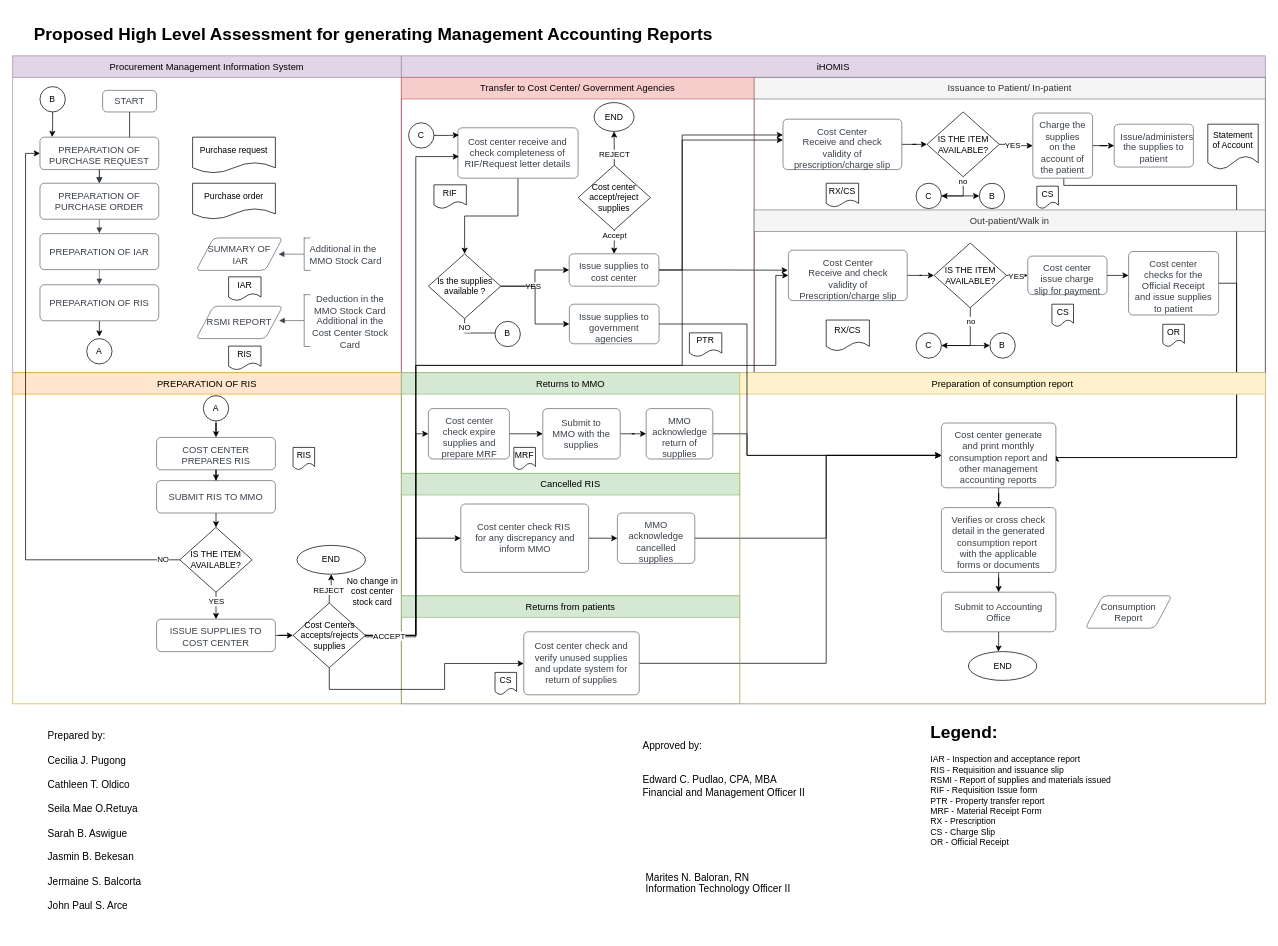
johnpaul4474/FMO-accounting keeps this draw.io diagram as consumption report.drawio. Above is the earlier version. Source tidied: cells renumbered, new cells numbered last; positions are measured from the earlier drawing's top-left corner, leaving out a move shared by most shapes. Both pictures are drawn from the tidied source at 72%, with x=0, y=0 at pixel (12, 19).
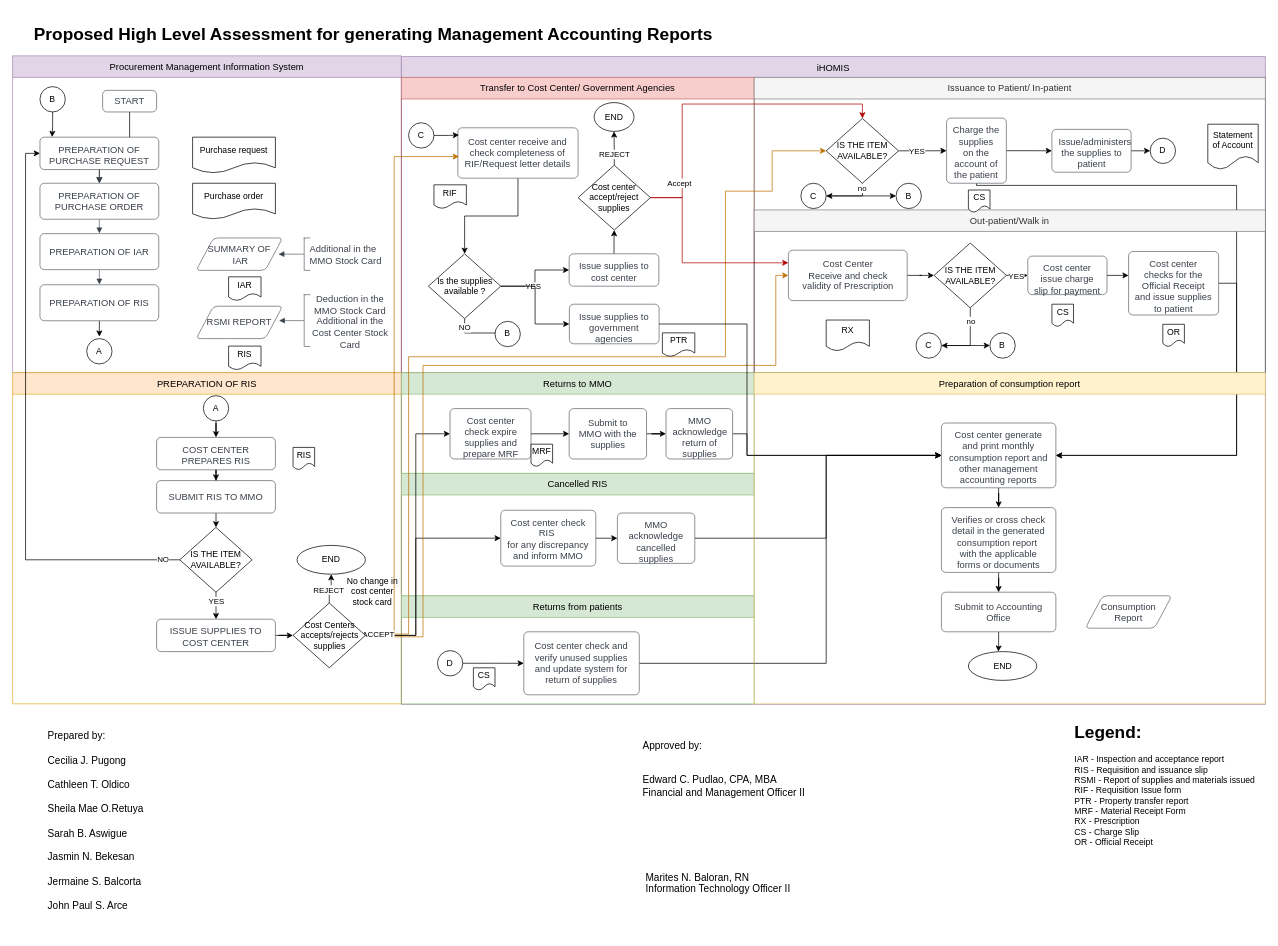
Above is the later version.

The change refers to these unchanged cells:
```xml
<mxCell id="48" value="Issue supplies to cost center" style="html=1;overflow=block;blockSpacing=1;whiteSpace=wrap;fontSize=13;fontColor=#3a414a;align=center;spacing=9;strokeColor=#3a414a;strokeOpacity=100;fillOpacity=100;rounded=1;absoluteArcSize=1;arcSize=12;fillColor=#ffffff;strokeWidth=0.8;lucidId=ogs9_VXGJzux;" parent="1" vertex="1">
  <mxGeometry x="773" y="325" width="124.6" height="45" as="geometry" />
</mxCell>
<mxCell id="87" value="Cost center checks for the Official Receipt and issue supplies to patient" style="html=1;overflow=block;blockSpacing=1;whiteSpace=wrap;fontSize=13;fontColor=#3a414a;align=center;spacing=9;strokeColor=#3a414a;strokeOpacity=100;fillOpacity=100;rounded=1;absoluteArcSize=1;arcSize=12;fillColor=#ffffff;strokeWidth=0.8;lucidId=ogs9_VXGJzux;" parent="1" vertex="1">
  <mxGeometry x="1550" y="321.8" width="125" height="88.2" as="geometry" />
</mxCell>
<mxCell id="90" value="Cost center check and verify unused supplies and update system for return of supplies" style="html=1;overflow=block;blockSpacing=1;whiteSpace=wrap;fontSize=13;fontColor=#3a414a;align=center;spacing=9;strokeColor=#3a414a;strokeOpacity=100;fillOpacity=100;rounded=1;absoluteArcSize=1;arcSize=12;fillColor=#ffffff;strokeWidth=0.8;lucidId=ogs9_VXGJzux;" parent="1" vertex="1">
  <mxGeometry x="710" y="850" width="160.4" height="87.5" as="geometry" />
</mxCell>
<mxCell id="93" value="Cost center generate and print monthly consumption report and other management accounting reports" style="html=1;overflow=block;blockSpacing=1;whiteSpace=wrap;fontSize=13;fontColor=#3a414a;align=center;spacing=9;strokeColor=#3a414a;strokeOpacity=100;fillOpacity=100;rounded=1;absoluteArcSize=1;arcSize=12;fillColor=#ffffff;strokeWidth=0.8;lucidId=ogs9_VXGJzux;" parent="1" vertex="1">
  <mxGeometry x="1290" y="560" width="159" height="90" as="geometry" />
</mxCell>
<mxCell id="106" value="Cost Centers accepts/rejects supplies" style="rhombus;whiteSpace=wrap;html=1;" parent="1" vertex="1">
  <mxGeometry x="389.5" y="810" width="100.5" height="90" as="geometry" />
</mxCell>
<mxCell id="113" value="Cost center accept/reject supplies" style="rhombus;whiteSpace=wrap;html=1;" parent="1" vertex="1">
  <mxGeometry x="785.4" y="202" width="100.5" height="90" as="geometry" />
</mxCell>
```

The edit, as a diff of the source:
```diff
@@
     <mxCell id="36" value="iHOMIS" style="swimlane;html=1;whiteSpace=wrap;fontStyle=0;startSize=30;rounded=0;spacing=0;strokeColor=#9673a6;strokeOpacity=100;fillOpacity=100;fillColor=#e1d5e7;strokeWidth=0.8;fontSize=13;align=center;" parent="1" vertex="1">
-      <mxGeometry x="540" y="50" width="1200" height="900" as="geometry" />
+      <mxGeometry x="540" y="51" width="1200" height="900" as="geometry" />
     </mxCell>
@@
-    <mxCell id="46" style="edgeStyle=orthogonalEdgeStyle;rounded=0;jettySize=auto;html=1;entryX=0;entryY=0.314;entryDx=0;entryDy=0;entryPerimeter=0;" parent="1" edge="1" source="48" target="52">
-      <mxGeometry relative="1" as="geometry">
-        <Array as="points">
-          <mxPoint x="930" y="348" />
-          <mxPoint x="930" y="160" />
-        </Array>
-      </mxGeometry>
-    </mxCell>
-    <mxCell id="47" style="edgeStyle=orthogonalEdgeStyle;rounded=0;jettySize=auto;html=1;entryX=-0.005;entryY=0.397;entryDx=0;entryDy=0;entryPerimeter=0;" parent="1" edge="1" source="48" target="78">
-      <mxGeometry relative="1" as="geometry" />
-    </mxCell>
+    <mxCell id="150" style="edgeStyle=orthogonalEdgeStyle;rounded=0;jettySize=auto;html=1;entryX=0.5;entryY=1;entryDx=0;entryDy=0;" parent="1" edge="1" source="48" target="113">
+      <mxGeometry relative="1" as="geometry" />
+    </mxCell>
@@
-    <mxCell id="51" style="edgeStyle=orthogonalEdgeStyle;rounded=0;jettySize=auto;html=1;" parent="1" edge="1" source="52" target="57">
-      <mxGeometry relative="1" as="geometry" />
-    </mxCell>
-    <mxCell id="52" value="Cost Center&lt;br&gt;Receive and check validity of prescription/charge slip" style="html=1;overflow=block;blockSpacing=1;whiteSpace=wrap;fontSize=13;fontColor=#3a414a;align=center;spacing=9;strokeColor=#3a414a;strokeOpacity=100;fillOpacity=100;rounded=1;absoluteArcSize=1;arcSize=12;fillColor=#ffffff;strokeWidth=0.8;lucidId=ogs9_VXGJzux;" parent="1" vertex="1">
-      <mxGeometry x="1070" y="138" width="165" height="70" as="geometry" />
-    </mxCell>
@@
     <mxCell id="55" style="edgeStyle=orthogonalEdgeStyle;rounded=0;jettySize=auto;html=1;entryX=1;entryY=0.5;entryDx=0;entryDy=0;" parent="1" edge="1" source="57" target="63">
       <mxGeometry relative="1" as="geometry">
         <Array as="points">
-          <mxPoint x="1320" y="245" />
+          <mxPoint x="1180" y="245" />
+          <mxPoint x="1130" y="245" />
         </Array>
       </mxGeometry>
     </mxCell>
@@
     <mxCell id="57" value="IS THE ITEM AVAILABLE?" style="rhombus;whiteSpace=wrap;html=1;" parent="1" vertex="1">
-      <mxGeometry x="1270" y="128" width="100.5" height="90" as="geometry" />
+      <mxGeometry x="1130" y="137" width="100.5" height="90" as="geometry" />
     </mxCell>
@@
     <mxCell id="59" style="edgeStyle=orthogonalEdgeStyle;rounded=0;jettySize=auto;html=1;entryX=1;entryY=0.5;entryDx=0;entryDy=0;" parent="1" edge="1" source="60" target="93">
       <mxGeometry relative="1" as="geometry">
         <Array as="points">
-          <mxPoint x="1460" y="230" />
+          <mxPoint x="1339" y="230" />
           <mxPoint x="1700" y="230" />
-          <mxPoint x="1700" y="608" />
+          <mxPoint x="1700" y="605" />
         </Array>
       </mxGeometry>
     </mxCell>
     <mxCell id="60" value="Charge the supplies on the account of the patient" style="html=1;overflow=block;blockSpacing=1;whiteSpace=wrap;fontSize=13;fontColor=#3a414a;align=center;spacing=9;strokeColor=#3a414a;strokeOpacity=100;fillOpacity=100;rounded=1;absoluteArcSize=1;arcSize=12;fillColor=#ffffff;strokeWidth=0.8;lucidId=ogs9_VXGJzux;" parent="1" vertex="1">
-      <mxGeometry x="1417" y="129.5" width="83" height="90.5" as="geometry" />
+      <mxGeometry x="1297.2" y="136.5" width="83" height="90.5" as="geometry" />
     </mxCell>
@@
     <mxCell id="63" value="C" style="ellipse;whiteSpace=wrap;html=1;" parent="1" vertex="1">
-      <mxGeometry x="1254.8" y="227" width="35.2" height="35.2" as="geometry" />
+      <mxGeometry x="1094.8" y="227" width="35.2" height="35.2" as="geometry" />
     </mxCell>
     <mxCell id="64" value="Returns to MMO" style="swimlane;html=1;whiteSpace=wrap;fontStyle=0;startSize=30;rounded=0;spacing=0;strokeColor=#82b366;strokeOpacity=100;fillOpacity=100;fillColor=#d5e8d4;strokeWidth=0.8;fontSize=13;align=center;" parent="1" vertex="1">
-      <mxGeometry x="540" y="490" width="470" height="140" as="geometry" />
+      <mxGeometry x="540" y="490" width="490" height="140" as="geometry" />
     </mxCell>
@@
     <mxCell id="66" value="Cost center check expire supplies and prepare MRF" style="html=1;overflow=block;blockSpacing=1;whiteSpace=wrap;fontSize=13;fontColor=#3a414a;align=center;spacing=9;strokeColor=#3a414a;strokeOpacity=100;fillOpacity=100;rounded=1;absoluteArcSize=1;arcSize=12;fillColor=#ffffff;strokeWidth=0.8;lucidId=ogs9_VXGJzux;" parent="1" vertex="1">
-      <mxGeometry x="577.5" y="540" width="112.5" height="70" as="geometry" />
+      <mxGeometry x="607.5" y="540" width="112.5" height="70" as="geometry" />
     </mxCell>
@@
     <mxCell id="68" value="Submit to MMO with the supplies" style="html=1;overflow=block;blockSpacing=1;whiteSpace=wrap;fontSize=13;fontColor=#3a414a;align=center;spacing=9;strokeColor=#3a414a;strokeOpacity=100;fillOpacity=100;rounded=1;absoluteArcSize=1;arcSize=12;fillColor=#ffffff;strokeWidth=0.8;lucidId=ogs9_VXGJzux;" parent="1" vertex="1">
-      <mxGeometry x="736.4" y="540" width="107.5" height="70" as="geometry" />
+      <mxGeometry x="773" y="540" width="107.5" height="70" as="geometry" />
     </mxCell>
@@
     <mxCell id="70" value="MMO acknowledge return of supplies" style="html=1;overflow=block;blockSpacing=1;whiteSpace=wrap;fontSize=13;fontColor=#3a414a;align=center;spacing=9;strokeColor=#3a414a;strokeOpacity=100;fillOpacity=100;rounded=1;absoluteArcSize=1;arcSize=12;fillColor=#ffffff;strokeWidth=0.8;lucidId=ogs9_VXGJzux;" parent="1" vertex="1">
-      <mxGeometry x="880" y="540" width="92.5" height="70" as="geometry" />
+      <mxGeometry x="907.5" y="540" width="92.5" height="70" as="geometry" />
     </mxCell>
     <mxCell id="71" value="Cancelled RIS" style="swimlane;html=1;whiteSpace=wrap;fontStyle=0;startSize=30;rounded=0;spacing=0;strokeColor=#82b366;strokeOpacity=100;fillOpacity=100;fillColor=#d5e8d4;strokeWidth=0.8;fontSize=13;align=center;" parent="1" vertex="1">
-      <mxGeometry x="540" y="630" width="470" height="170" as="geometry" />
+      <mxGeometry x="540" y="630" width="490" height="170" as="geometry" />
     </mxCell>
@@
     <mxCell id="75" value="Cost center check RIS&amp;nbsp;&lt;br&gt;for any discrepancy and inform MMO" style="html=1;overflow=block;blockSpacing=1;whiteSpace=wrap;fontSize=13;fontColor=#3a414a;align=center;spacing=9;strokeColor=#3a414a;strokeOpacity=100;fillOpacity=100;rounded=1;absoluteArcSize=1;arcSize=12;fillColor=#ffffff;strokeWidth=0.8;lucidId=ogs9_VXGJzux;" parent="1" vertex="1">
-      <mxGeometry x="622.5" y="672.5" width="177.5" height="95" as="geometry" />
+      <mxGeometry x="678" y="681.2" width="132" height="77.5" as="geometry" />
     </mxCell>
@@
-    <mxCell id="78" value="Cost Center&lt;br&gt;Receive and check validity of Prescription/charge slip" style="html=1;overflow=block;blockSpacing=1;whiteSpace=wrap;fontSize=13;fontColor=#3a414a;align=center;spacing=9;strokeColor=#3a414a;strokeOpacity=100;fillOpacity=100;rounded=1;absoluteArcSize=1;arcSize=12;fillColor=#ffffff;strokeWidth=0.8;lucidId=ogs9_VXGJzux;" parent="1" vertex="1">
+    <mxCell id="78" value="Cost Center&lt;br&gt;Receive and check validity of Prescription" style="html=1;overflow=block;blockSpacing=1;whiteSpace=wrap;fontSize=13;fontColor=#3a414a;align=center;spacing=9;strokeColor=#3a414a;strokeOpacity=100;fillOpacity=100;rounded=1;absoluteArcSize=1;arcSize=12;fillColor=#ffffff;strokeWidth=0.8;lucidId=ogs9_VXGJzux;" parent="1" vertex="1">
       <mxGeometry x="1077.5" y="320" width="165" height="70" as="geometry" />
     </mxCell>
@@
     <mxCell id="86" style="edgeStyle=orthogonalEdgeStyle;rounded=0;jettySize=auto;html=1;entryX=1;entryY=0.5;entryDx=0;entryDy=0;" parent="1" edge="1" source="87" target="93">
       <mxGeometry relative="1" as="geometry">
         <Array as="points">
           <mxPoint x="1700" y="366" />
-          <mxPoint x="1700" y="608" />
+          <mxPoint x="1700" y="605" />
         </Array>
       </mxGeometry>
     </mxCell>
@@
     <mxCell id="88" value="Returns from patients" style="swimlane;html=1;whiteSpace=wrap;fontStyle=0;startSize=30;rounded=0;spacing=0;strokeColor=#82b366;strokeOpacity=100;fillOpacity=100;fillColor=#d5e8d4;strokeWidth=0.8;fontSize=13;align=center;" parent="1" vertex="1">
-      <mxGeometry x="540" y="800" width="470" height="150" as="geometry" />
+      <mxGeometry x="540" y="800" width="490" height="150" as="geometry" />
     </mxCell>
@@
     <mxCell id="91" value="Preparation of consumption report" style="swimlane;html=1;whiteSpace=wrap;fontStyle=0;startSize=30;rounded=0;spacing=0;strokeColor=#d6b656;strokeOpacity=100;fillOpacity=100;fillColor=#fff2cc;strokeWidth=0.8;fontSize=13;align=center;" parent="1" vertex="1">
-      <mxGeometry x="1010" y="490" width="730" height="460" as="geometry" />
+      <mxGeometry x="1030" y="490" width="710" height="460" as="geometry" />
     </mxCell>
@@
-    <mxCell id="100" style="edgeStyle=orthogonalEdgeStyle;rounded=0;jettySize=auto;html=1;entryX=0;entryY=0.5;entryDx=0;entryDy=0;" parent="1" edge="1" source="106">
+    <mxCell id="100" style="edgeStyle=orthogonalEdgeStyle;rounded=0;jettySize=auto;html=1;entryX=0;entryY=0.5;entryDx=0;entryDy=0;" parent="1" edge="1" source="106" target="66">
       <mxGeometry relative="1" as="geometry">
-        <mxPoint x="577.5" y="575" as="targetPoint" />
         <Array as="points">
           <mxPoint x="560" y="855" />
           <mxPoint x="560" y="575" />
         </Array>
       </mxGeometry>
     </mxCell>
-    <mxCell id="101" style="edgeStyle=orthogonalEdgeStyle;rounded=0;jettySize=auto;html=1;" parent="1" edge="1" source="106">
+    <mxCell id="101" style="edgeStyle=orthogonalEdgeStyle;rounded=0;jettySize=auto;html=1;fillColor=#f0a30a;strokeColor=#BD7000;" parent="1" edge="1" source="106">
       <mxGeometry relative="1" as="geometry">
         <mxPoint x="620" y="190" as="targetPoint" />
         <Array as="points">
-          <mxPoint x="560" y="855" />
-          <mxPoint x="560" y="190" />
+          <mxPoint x="530" y="855" />
+          <mxPoint x="530" y="190" />
         </Array>
       </mxGeometry>
     </mxCell>
-    <mxCell id="102" style="edgeStyle=orthogonalEdgeStyle;rounded=0;jettySize=auto;html=1;entryX=0;entryY=0.5;entryDx=0;entryDy=0;exitX=0.999;exitY=0.483;exitDx=0;exitDy=0;exitPerimeter=0;" parent="1" edge="1" source="106" target="78">
+    <mxCell id="102" style="edgeStyle=orthogonalEdgeStyle;rounded=0;jettySize=auto;html=1;entryX=0;entryY=0.5;entryDx=0;entryDy=0;exitX=0.999;exitY=0.483;exitDx=0;exitDy=0;exitPerimeter=0;fillColor=#f0a30a;strokeColor=#BD7000;" parent="1" edge="1" source="106" target="78">
       <mxGeometry relative="1" as="geometry">
         <Array as="points">
           <mxPoint x="490" y="857" />
-          <mxPoint x="560" y="857" />
-          <mxPoint x="560" y="480" />
+          <mxPoint x="570" y="857" />
+          <mxPoint x="570" y="480" />
           <mxPoint x="1060" y="480" />
           <mxPoint x="1060" y="355" />
         </Array>
       </mxGeometry>
     </mxCell>
-    <mxCell id="103" style="edgeStyle=orthogonalEdgeStyle;rounded=0;jettySize=auto;html=1;" parent="1" edge="1" source="106" target="52">
+    <mxCell id="103" style="edgeStyle=orthogonalEdgeStyle;rounded=0;jettySize=auto;html=1;entryX=0;entryY=0.5;entryDx=0;entryDy=0;fillColor=#f0a30a;strokeColor=#BD7000;" parent="1" edge="1" target="57">
       <mxGeometry relative="1" as="geometry">
+        <mxPoint x="474.8" y="853.2" as="sourcePoint" />
         <Array as="points">
-          <mxPoint x="560" y="855" />
-          <mxPoint x="560" y="480" />
-          <mxPoint x="930" y="480" />
-          <mxPoint x="930" y="167" />
+          <mxPoint x="550" y="853" />
+          <mxPoint x="550" y="468" />
+          <mxPoint x="990" y="468" />
+          <mxPoint x="990" y="238" />
+          <mxPoint x="1055" y="238" />
+          <mxPoint x="1055" y="182" />
         </Array>
       </mxGeometry>
     </mxCell>
@@
-    <mxCell id="105" style="edgeStyle=orthogonalEdgeStyle;rounded=0;jettySize=auto;html=1;" parent="1" edge="1" source="106" target="90">
-      <mxGeometry relative="1" as="geometry">
-        <Array as="points">
-          <mxPoint x="440" y="930" />
-          <mxPoint x="600" y="930" />
-          <mxPoint x="600" y="894" />
-        </Array>
-      </mxGeometry>
-    </mxCell>
@@
-    <mxCell id="112" style="edgeStyle=orthogonalEdgeStyle;rounded=0;jettySize=auto;html=1;entryX=0.5;entryY=0;entryDx=0;entryDy=0;" parent="1" edge="1" source="113" target="48">
-      <mxGeometry relative="1" as="geometry" />
-    </mxCell>
+    <mxCell id="151" style="edgeStyle=orthogonalEdgeStyle;rounded=0;jettySize=auto;html=1;entryX=0.5;entryY=0;entryDx=0;entryDy=0;fillColor=#e51400;strokeColor=#B20000;" parent="1" edge="1" source="113" target="57">
+      <mxGeometry relative="1" as="geometry">
+        <Array as="points">
+          <mxPoint x="930" y="247" />
+          <mxPoint x="930" y="117" />
+          <mxPoint x="1180" y="117" />
+        </Array>
+      </mxGeometry>
+    </mxCell>
+    <mxCell id="152" style="edgeStyle=orthogonalEdgeStyle;rounded=0;jettySize=auto;html=1;entryX=0;entryY=0.25;entryDx=0;entryDy=0;fillColor=#e51400;strokeColor=#B20000;" parent="1" edge="1" source="113" target="78">
+      <mxGeometry relative="1" as="geometry">
+        <Array as="points">
+          <mxPoint x="930" y="247" />
+          <mxPoint x="930" y="338" />
+        </Array>
+      </mxGeometry>
+    </mxCell>
@@
     <mxCell id="117" value="B" style="ellipse;whiteSpace=wrap;html=1;" parent="1" vertex="1">
-      <mxGeometry x="1342.7" y="227" width="35.2" height="35.2" as="geometry" />
+      <mxGeometry x="1227" y="227" width="35.2" height="35.2" as="geometry" />
     </mxCell>
@@
+    <mxCell id="153" style="edgeStyle=orthogonalEdgeStyle;rounded=0;jettySize=auto;html=1;entryX=0;entryY=0.5;entryDx=0;entryDy=0;" parent="1" edge="1" source="121" target="154">
+      <mxGeometry relative="1" as="geometry" />
+    </mxCell>
     <mxCell id="121" value="Issue/administers the supplies to patient" style="html=1;overflow=block;blockSpacing=1;whiteSpace=wrap;fontSize=13;fontColor=#3a414a;align=center;spacing=9;strokeColor=#3a414a;strokeOpacity=100;fillOpacity=100;rounded=1;absoluteArcSize=1;arcSize=12;fillColor=#ffffff;strokeWidth=0.8;lucidId=ogs9_VXGJzux;" parent="1" vertex="1">
-      <mxGeometry x="1530" y="145" width="110" height="59.5" as="geometry" />
+      <mxGeometry x="1443.5" y="152.2" width="110" height="59.5" as="geometry" />
     </mxCell>
@@
-    <mxCell id="126" value="&lt;font style=&quot;&quot;&gt;&lt;font style=&quot;font-size: 14px;&quot;&gt;Prepared by:&lt;br&gt;&lt;br&gt;Cecilia J. Pugong&lt;br&gt;&lt;br&gt;Cathleen T. Oldico&lt;br&gt;&lt;br&gt;Seila Mae O.Retuya&lt;br&gt;&lt;br&gt;Sarah B. Aswigue&lt;br&gt;&lt;br&gt;Jasmin B. Bekesan&lt;br&gt;&lt;br&gt;Jermaine S. Balcorta&lt;br&gt;&lt;br&gt;John Paul S. Arce&lt;br&gt;&lt;/font&gt;&lt;br&gt;&lt;/font&gt;" style="text;html=1;strokeColor=none;fillColor=none;align=left;verticalAlign=middle;whiteSpace=wrap;rounded=0;" parent="1" vertex="1">
+    <mxCell id="126" value="&lt;font style=&quot;&quot;&gt;&lt;font style=&quot;font-size: 14px;&quot;&gt;Prepared by:&lt;br&gt;&lt;br&gt;Cecilia J. Pugong&lt;br&gt;&lt;br&gt;Cathleen T. Oldico&lt;br&gt;&lt;br&gt;Sheila Mae O.Retuya&lt;br&gt;&lt;br&gt;Sarah B. Aswigue&lt;br&gt;&lt;br&gt;Jasmin N. Bekesan&lt;br&gt;&lt;br&gt;Jermaine S. Balcorta&lt;br&gt;&lt;br&gt;John Paul S. Arce&lt;br&gt;&lt;/font&gt;&lt;br&gt;&lt;/font&gt;" style="text;html=1;strokeColor=none;fillColor=none;align=left;verticalAlign=middle;whiteSpace=wrap;rounded=0;" parent="1" vertex="1">
       <mxGeometry x="47.2" y="970" width="185" height="300" as="geometry" />
     </mxCell>
@@
     <mxCell id="136" value="PTR" style="shape=document;whiteSpace=wrap;html=1;boundedLbl=1;" parent="1" vertex="1">
-      <mxGeometry x="940" y="434.8" width="45" height="33" as="geometry" />
+      <mxGeometry x="902.5" y="434.8" width="45" height="33" as="geometry" />
     </mxCell>
-    <mxCell id="137" value="RX/CS" style="shape=document;whiteSpace=wrap;html=1;boundedLbl=1;" parent="1" vertex="1">
-      <mxGeometry x="1130" y="227" width="45" height="33" as="geometry" />
-    </mxCell>
-    <mxCell id="138" value="RX/CS" style="shape=document;whiteSpace=wrap;html=1;boundedLbl=1;" parent="1" vertex="1">
+    <mxCell id="138" value="RX" style="shape=document;whiteSpace=wrap;html=1;boundedLbl=1;" parent="1" vertex="1">
       <mxGeometry x="1130" y="417" width="60" height="43" as="geometry" />
     </mxCell>
     <mxCell id="139" value="CS" style="shape=document;whiteSpace=wrap;html=1;boundedLbl=1;" parent="1" vertex="1">
-      <mxGeometry x="1422.5" y="231.1" width="30" height="31.1" as="geometry" />
+      <mxGeometry x="1327.5" y="236.4" width="30" height="31.1" as="geometry" />
     </mxCell>
@@
     <mxCell id="142" value="CS" style="shape=document;whiteSpace=wrap;html=1;boundedLbl=1;" parent="1" vertex="1">
-      <mxGeometry x="670" y="906.4" width="30" height="31.1" as="geometry" />
+      <mxGeometry x="640" y="900" width="30" height="31.1" as="geometry" />
     </mxCell>
@@
     <mxCell id="144" value="MRF" style="shape=document;whiteSpace=wrap;html=1;boundedLbl=1;" parent="1" vertex="1">
-      <mxGeometry x="696.2" y="593.9" width="30" height="31.1" as="geometry" />
+      <mxGeometry x="720" y="589.4" width="30" height="31.1" as="geometry" />
     </mxCell>
@@
     <mxCell id="148" value="Accept" style="edgeLabel;html=1;align=center;verticalAlign=middle;" parent="1" vertex="1">
-      <mxGeometry x="910" y="247" as="geometry">
+      <mxGeometry x="1000" y="174.8" as="geometry">
         <mxPoint x="-75" y="52" as="offset" />
       </mxGeometry>
     </mxCell>
     <mxCell id="149" value="&lt;h1&gt;Legend:&lt;/h1&gt;&lt;div&gt;IAR - Inspection and acceptance report&lt;/div&gt;&lt;div&gt;RIS - Requisition and issuance slip&lt;br&gt;RSMI - Report of supplies and materials issued&lt;br&gt;RIF - Requisition Issue form&lt;br&gt;PTR - Property transfer report&lt;br&gt;MRF - Material Receipt Form&lt;br&gt;RX - Prescription&lt;br&gt;CS - Charge Slip&lt;br&gt;OR - Official Receipt&lt;/div&gt;" style="text;html=1;strokeColor=none;fillColor=none;spacing=5;spacingTop=-20;whiteSpace=wrap;overflow=hidden;rounded=0;" parent="1" vertex="1">
-      <mxGeometry x="1270" y="970" width="335" height="200" as="geometry" />
+      <mxGeometry x="1470" y="970" width="265.1" height="200" as="geometry" />
     </mxCell>
+    <mxCell id="154" value="D" style="ellipse;whiteSpace=wrap;html=1;" parent="1" vertex="1">
+      <mxGeometry x="1580" y="164.4" width="35.2" height="35.2" as="geometry" />
+    </mxCell>
+    <mxCell id="155" style="edgeStyle=orthogonalEdgeStyle;rounded=0;jettySize=auto;html=1;entryX=0;entryY=0.5;entryDx=0;entryDy=0;" parent="1" edge="1" source="156" target="90">
+      <mxGeometry relative="1" as="geometry" />
+    </mxCell>
+    <mxCell id="156" value="D" style="ellipse;whiteSpace=wrap;html=1;" parent="1" vertex="1">
+      <mxGeometry x="590.1" y="876.1" width="35.2" height="35.2" as="geometry" />
+    </mxCell>
```
